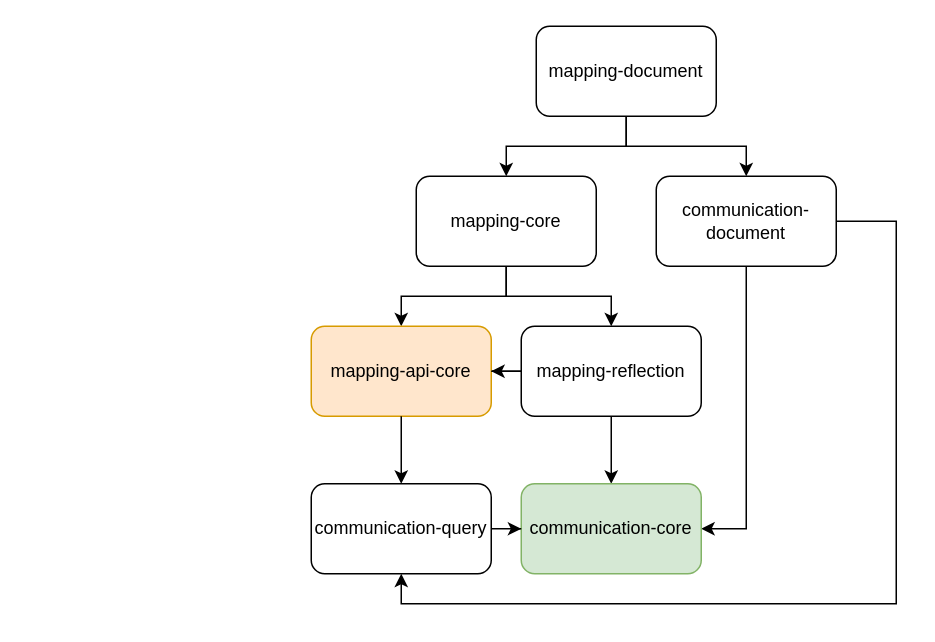
zhongchun/daily keeps this draw.io diagram as page "第 2 页" (2 of 2) of store.drawio. Above is the earlier version. Source tidied: cells renumbered, new cells numbered last; positions are measured from the earlier drawing's top-left corner, leaving out a move shared by most shapes. Both pictures are drawn from the tidied source at 150%, with x=0, y=0 at pixel (310, 26).
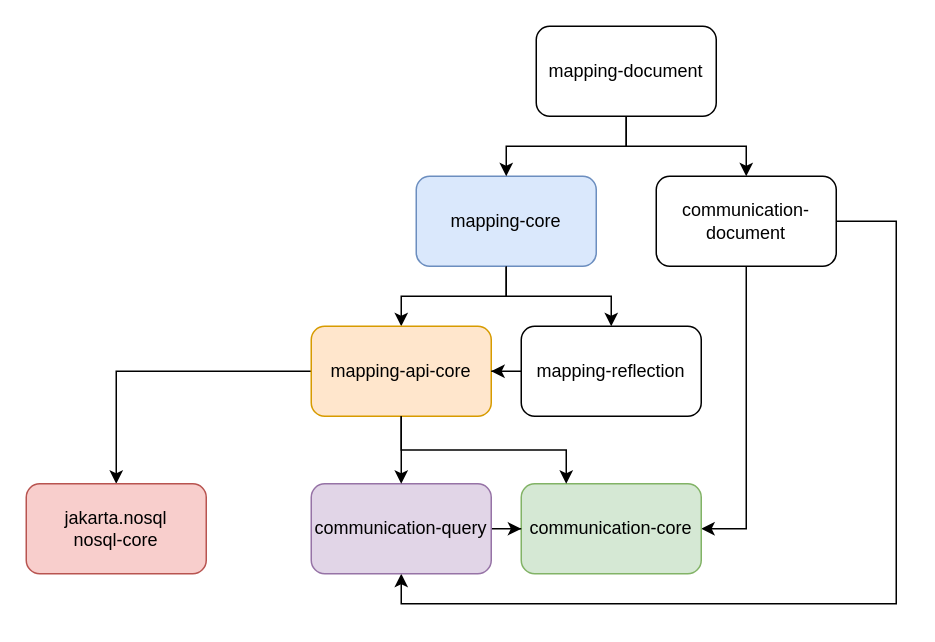
Above is the later version.

The change refers to these unchanged cells:
```xml
<mxCell id="11" value="mapping-api-core" style="rounded=1;whiteSpace=wrap;html=1;fillColor=#ffe6cc;strokeColor=#d79b00;" parent="1" vertex="1">
  <mxGeometry y="200" width="120" height="60" as="geometry" />
</mxCell>
<mxCell id="15" value="communication-core" style="rounded=1;whiteSpace=wrap;html=1;fillColor=#d5e8d4;strokeColor=#82b366;" parent="1" vertex="1">
  <mxGeometry x="140" y="305" width="120" height="60" as="geometry" />
</mxCell>
```

The edit, as a diff of the source:
```diff
@@
-    <mxCell id="3" value="mapping-core" style="rounded=1;whiteSpace=wrap;html=1;" parent="1" vertex="1">
+    <mxCell id="3" value="mapping-core" style="rounded=1;whiteSpace=wrap;html=1;fillColor=#dae8fc;strokeColor=#6c8ebf;" parent="1" vertex="1">
       <mxGeometry x="70" y="100" width="120" height="60" as="geometry" />
     </mxCell>
@@
-    <mxCell id="10" style="edgeStyle=orthogonalEdgeStyle;rounded=0;jettySize=auto;html=1;" parent="1" edge="1" source="11" target="15">
-      <mxGeometry relative="1" as="geometry" />
-    </mxCell>
+    <mxCell id="19" style="edgeStyle=orthogonalEdgeStyle;rounded=0;jettySize=auto;html=1;" parent="1" edge="1" source="11" target="20">
+      <mxGeometry relative="1" as="geometry" />
+    </mxCell>
@@
-    <mxCell id="17" value="communication-query" style="rounded=1;whiteSpace=wrap;html=1;" parent="1" vertex="1">
+    <mxCell id="17" value="communication-query" style="rounded=1;whiteSpace=wrap;html=1;fillColor=#e1d5e7;strokeColor=#9673a6;" parent="1" vertex="1">
       <mxGeometry y="305" width="120" height="60" as="geometry" />
     </mxCell>
@@
+    <mxCell id="10" style="edgeStyle=orthogonalEdgeStyle;rounded=0;jettySize=auto;html=1;exitX=0.5;exitY=1;exitDx=0;exitDy=0;entryX=0.25;entryY=0;entryDx=0;entryDy=0;" parent="1" edge="1" source="11" target="15">
+      <mxGeometry relative="1" as="geometry" />
+    </mxCell>
+    <mxCell id="20" value="jakarta.nosql&lt;br&gt;nosql-core" style="whiteSpace=wrap;html=1;fillColor=#f8cecc;strokeColor=#b85450;rounded=1;" parent="1" vertex="1">
+      <mxGeometry x="-190" y="305" width="120" height="60" as="geometry" />
+    </mxCell>
```
